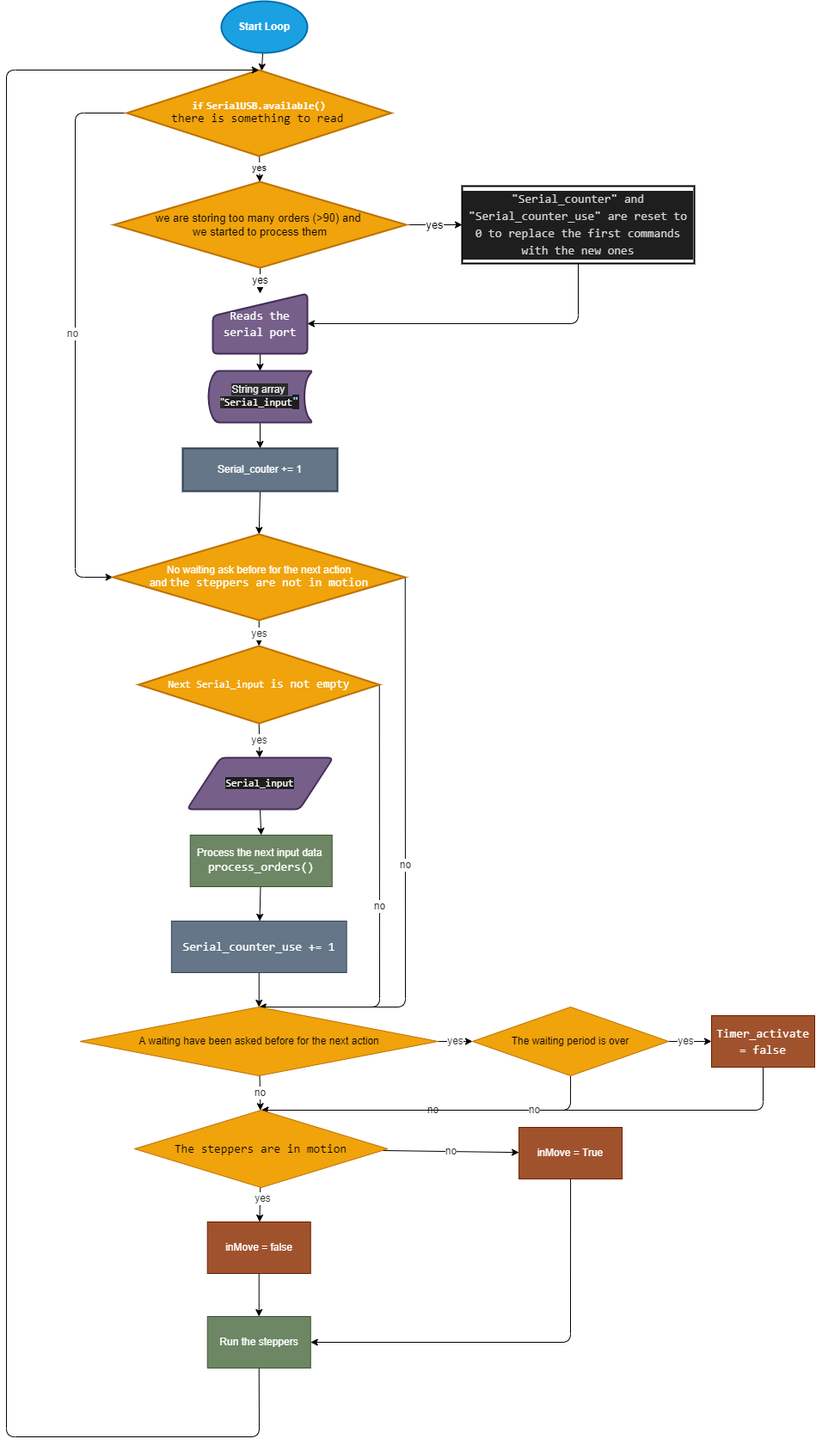
Before: Flow charts/main_loop.png, a diagram exported from draw.io (Thibault-GILLARD/Blue_Robot_2022). Source tidied: cells renumbered, new cells last; positions are measured from the earlier drawing's top-left corner, leaving out a move shared by most shapes.
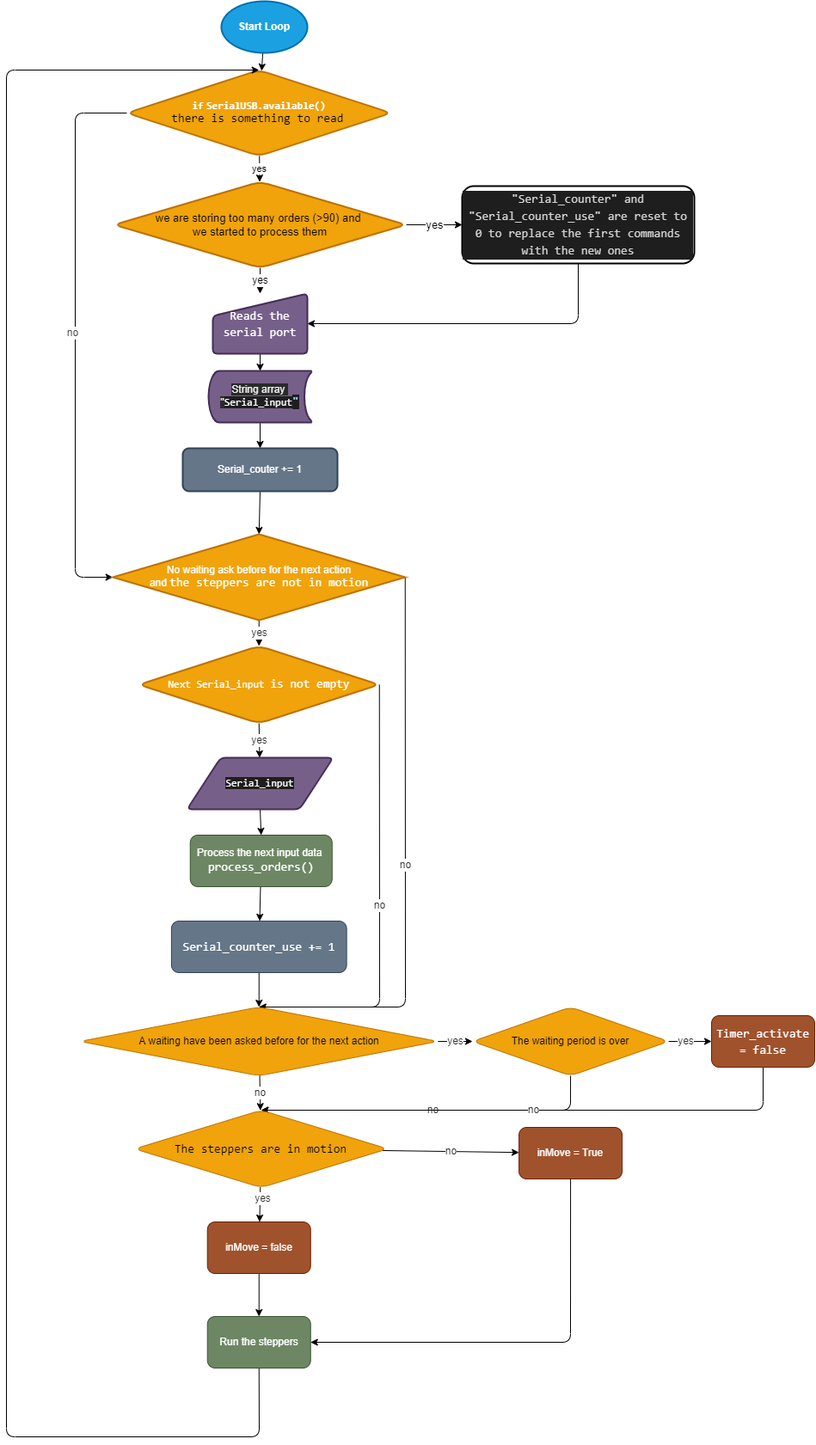
After the commit.

The edit, as a diff of the source:
```diff
@@ -7,3 +7,3 @@
     </mxCell>
-    <mxCell id="3" value="Start Loop" style="strokeWidth=2;html=1;shape=mxgraph.flowchart.start_1;whiteSpace=wrap;fillColor=#1ba1e2;strokeColor=#006EAF;shadow=0;fontStyle=1;fontColor=#ffffff;" parent="1" vertex="1">
+    <mxCell id="3" value="Start Loop" style="strokeWidth=2;html=1;shape=mxgraph.flowchart.start_1;whiteSpace=wrap;fillColor=#1ba1e2;strokeColor=#006EAF;shadow=0;fontStyle=1;fontColor=#ffffff;rounded=1;" parent="1" vertex="1">
       <mxGeometry x="250" width="100" height="60" as="geometry" />
@@ -21,6 +21,6 @@
     </mxCell>
-    <mxCell id="6" value="&lt;font color=&quot;#4d4d4d&quot;&gt;no&lt;/font&gt;" style="edgeLabel;html=1;align=center;verticalAlign=middle;fontSize=12;fontColor=default;" parent="5" vertex="1">
+    <mxCell id="6" value="&lt;font color=&quot;#4d4d4d&quot;&gt;no&lt;/font&gt;" style="edgeLabel;html=1;align=center;verticalAlign=middle;fontSize=12;fontColor=default;rounded=1;" parent="5" vertex="1">
       <mxGeometry x="-0.02" y="-4" relative="1" as="geometry" />
     </mxCell>
-    <mxCell id="7" value="&lt;b&gt;&lt;font color=&quot;#ffffff&quot;&gt;&lt;span style=&quot;font-family: &amp;#34;consolas&amp;#34; , &amp;#34;courier new&amp;#34; , monospace&quot;&gt;if&lt;/span&gt;&amp;nbsp;&lt;span style=&quot;font-family: &amp;#34;consolas&amp;#34; , &amp;#34;courier new&amp;#34; , monospace&quot;&gt;SerialUSB&lt;/span&gt;&lt;span style=&quot;font-family: &amp;#34;consolas&amp;#34; , &amp;#34;courier new&amp;#34; , monospace&quot;&gt;.&lt;/span&gt;&lt;span style=&quot;font-family: &amp;#34;consolas&amp;#34; , &amp;#34;courier new&amp;#34; , monospace&quot;&gt;available&lt;/span&gt;&lt;span style=&quot;font-family: &amp;#34;consolas&amp;#34; , &amp;#34;courier new&amp;#34; , monospace&quot;&gt;()&lt;br&gt;&lt;/span&gt;&lt;/font&gt;&lt;/b&gt;&lt;span style=&quot;font-family: &amp;#34;consolas&amp;#34; , &amp;#34;courier new&amp;#34; , monospace ; font-size: 14px&quot;&gt;there is something to read&lt;/span&gt;&lt;b&gt;&amp;nbsp;&lt;/b&gt;&lt;b&gt;&lt;font color=&quot;#ffffff&quot;&gt;&lt;span style=&quot;font-family: &amp;#34;consolas&amp;#34; , &amp;#34;courier new&amp;#34; , monospace&quot;&gt;&lt;br&gt;&lt;/span&gt;&lt;/font&gt;&lt;/b&gt;" style="rhombus;whiteSpace=wrap;html=1;strokeWidth=2;fillColor=#f0a30a;fontColor=#000000;strokeColor=#BD7000;" parent="1" vertex="1">
+    <mxCell id="7" value="&lt;b&gt;&lt;font color=&quot;#ffffff&quot;&gt;&lt;span style=&quot;font-family: &amp;#34;consolas&amp;#34; , &amp;#34;courier new&amp;#34; , monospace&quot;&gt;if&lt;/span&gt;&amp;nbsp;&lt;span style=&quot;font-family: &amp;#34;consolas&amp;#34; , &amp;#34;courier new&amp;#34; , monospace&quot;&gt;SerialUSB&lt;/span&gt;&lt;span style=&quot;font-family: &amp;#34;consolas&amp;#34; , &amp;#34;courier new&amp;#34; , monospace&quot;&gt;.&lt;/span&gt;&lt;span style=&quot;font-family: &amp;#34;consolas&amp;#34; , &amp;#34;courier new&amp;#34; , monospace&quot;&gt;available&lt;/span&gt;&lt;span style=&quot;font-family: &amp;#34;consolas&amp;#34; , &amp;#34;courier new&amp;#34; , monospace&quot;&gt;()&lt;br&gt;&lt;/span&gt;&lt;/font&gt;&lt;/b&gt;&lt;span style=&quot;font-family: &amp;#34;consolas&amp;#34; , &amp;#34;courier new&amp;#34; , monospace ; font-size: 14px&quot;&gt;there is something to read&lt;/span&gt;&lt;b&gt;&amp;nbsp;&lt;/b&gt;&lt;b&gt;&lt;font color=&quot;#ffffff&quot;&gt;&lt;span style=&quot;font-family: &amp;#34;consolas&amp;#34; , &amp;#34;courier new&amp;#34; , monospace&quot;&gt;&lt;br&gt;&lt;/span&gt;&lt;/font&gt;&lt;/b&gt;" style="rhombus;whiteSpace=wrap;html=1;strokeWidth=2;fillColor=#f0a30a;fontColor=#000000;strokeColor=#BD7000;rounded=1;" parent="1" vertex="1">
       <mxGeometry x="140" y="80" width="307.5" height="100" as="geometry" />
@@ -33,3 +33,3 @@
     </mxCell>
-    <mxCell id="10" value="&lt;font style=&quot;font-size: 13px&quot;&gt;we are storing too many orders (&amp;gt;90)&amp;nbsp;and &lt;br&gt;we started to process them&lt;/font&gt;" style="rhombus;whiteSpace=wrap;html=1;strokeWidth=2;fillColor=#f0a30a;fontColor=#000000;strokeColor=#BD7000;" parent="1" vertex="1">
+    <mxCell id="10" value="&lt;font style=&quot;font-size: 13px&quot;&gt;we are storing too many orders (&amp;gt;90)&amp;nbsp;and &lt;br&gt;we started to process them&lt;/font&gt;" style="rhombus;whiteSpace=wrap;html=1;strokeWidth=2;fillColor=#f0a30a;fontColor=#000000;strokeColor=#BD7000;rounded=1;" parent="1" vertex="1">
       <mxGeometry x="125" y="210" width="340" height="100" as="geometry" />
@@ -43,3 +43,3 @@
     </mxCell>
-    <mxCell id="12" value="&lt;div style=&quot;background-color: rgb(30 , 30 , 30) ; line-height: 19px&quot;&gt;&lt;font color=&quot;#d4d4d4&quot; face=&quot;consolas, courier new, monospace&quot;&gt;&lt;span style=&quot;font-size: 14px&quot;&gt;&quot;Serial_counter&quot; and &quot;Serial_counter_use&quot; are reset to 0 to replace the first commands with the new ones&lt;/span&gt;&lt;/font&gt;&lt;br&gt;&lt;/div&gt;" style="whiteSpace=wrap;html=1;strokeWidth=2;" parent="1" vertex="1">
+    <mxCell id="12" value="&lt;div style=&quot;background-color: rgb(30 , 30 , 30) ; line-height: 19px&quot;&gt;&lt;font color=&quot;#d4d4d4&quot; face=&quot;consolas, courier new, monospace&quot;&gt;&lt;span style=&quot;font-size: 14px&quot;&gt;&quot;Serial_counter&quot; and &quot;Serial_counter_use&quot; are reset to 0 to replace the first commands with the new ones&lt;/span&gt;&lt;/font&gt;&lt;br&gt;&lt;/div&gt;" style="whiteSpace=wrap;html=1;strokeWidth=2;rounded=1;" parent="1" vertex="1">
       <mxGeometry x="530" y="215" width="270" height="90" as="geometry" />
@@ -49,3 +49,3 @@
     </mxCell>
-    <mxCell id="14" value="&lt;span style=&quot;color: rgb(255 , 255 , 255)&quot;&gt;Serial_couter += 1&lt;/span&gt;" style="whiteSpace=wrap;html=1;strokeWidth=2;fillColor=#647687;fontColor=#ffffff;strokeColor=#314354;" parent="1" vertex="1">
+    <mxCell id="14" value="&lt;span style=&quot;color: rgb(255 , 255 , 255)&quot;&gt;Serial_couter += 1&lt;/span&gt;" style="whiteSpace=wrap;html=1;strokeWidth=2;fillColor=#647687;fontColor=#ffffff;strokeColor=#314354;rounded=1;" parent="1" vertex="1">
       <mxGeometry x="205" y="520" width="180" height="50" as="geometry" />
@@ -55,3 +55,3 @@
     </mxCell>
-    <mxCell id="16" value="&lt;span style=&quot;color: rgb(240 , 240 , 240) ; font-family: &amp;#34;helvetica&amp;#34; ; font-size: 12px ; font-style: normal ; font-weight: 400 ; letter-spacing: normal ; text-align: center ; text-indent: 0px ; text-transform: none ; word-spacing: 0px ; background-color: rgb(42 , 42 , 42)&quot;&gt;String array&amp;nbsp; &quot;&lt;/span&gt;&lt;span style=&quot;color: rgb(240 , 240 , 240) ; font-size: 12px ; font-style: normal ; font-weight: 400 ; letter-spacing: normal ; text-align: center ; text-indent: 0px ; text-transform: none ; word-spacing: 0px ; background-color: rgb(30 , 30 , 30) ; font-family: &amp;#34;consolas&amp;#34; , &amp;#34;courier new&amp;#34; , monospace&quot;&gt;&lt;font color=&quot;#ffffff&quot;&gt;Serial_input&lt;/font&gt;&lt;/span&gt;&lt;span style=&quot;font-style: normal ; font-weight: 400 ; letter-spacing: normal ; text-align: center ; text-indent: 0px ; text-transform: none ; word-spacing: 0px ; color: rgb(156 , 220 , 254) ; background-color: rgb(30 , 30 , 30) ; font-family: &amp;#34;consolas&amp;#34; , &amp;#34;courier new&amp;#34; , monospace ; font-size: 14px&quot;&gt;&quot;&lt;/span&gt;" style="strokeWidth=2;html=1;shape=mxgraph.flowchart.stored_data;whiteSpace=wrap;shadow=0;fontSize=12;fontColor=#ffffff;fillColor=#76608a;strokeColor=#432D57;" parent="1" vertex="1">
+    <mxCell id="16" value="&lt;span style=&quot;color: rgb(240 , 240 , 240) ; font-family: &amp;#34;helvetica&amp;#34; ; font-size: 12px ; font-style: normal ; font-weight: 400 ; letter-spacing: normal ; text-align: center ; text-indent: 0px ; text-transform: none ; word-spacing: 0px ; background-color: rgb(42 , 42 , 42)&quot;&gt;String array&amp;nbsp; &quot;&lt;/span&gt;&lt;span style=&quot;color: rgb(240 , 240 , 240) ; font-size: 12px ; font-style: normal ; font-weight: 400 ; letter-spacing: normal ; text-align: center ; text-indent: 0px ; text-transform: none ; word-spacing: 0px ; background-color: rgb(30 , 30 , 30) ; font-family: &amp;#34;consolas&amp;#34; , &amp;#34;courier new&amp;#34; , monospace&quot;&gt;&lt;font color=&quot;#ffffff&quot;&gt;Serial_input&lt;/font&gt;&lt;/span&gt;&lt;span style=&quot;font-style: normal ; font-weight: 400 ; letter-spacing: normal ; text-align: center ; text-indent: 0px ; text-transform: none ; word-spacing: 0px ; color: rgb(156 , 220 , 254) ; background-color: rgb(30 , 30 , 30) ; font-family: &amp;#34;consolas&amp;#34; , &amp;#34;courier new&amp;#34; , monospace ; font-size: 14px&quot;&gt;&quot;&lt;/span&gt;" style="strokeWidth=2;html=1;shape=mxgraph.flowchart.stored_data;whiteSpace=wrap;shadow=0;fontSize=12;fontColor=#ffffff;fillColor=#76608a;strokeColor=#432D57;rounded=1;" parent="1" vertex="1">
       <mxGeometry x="235" y="430" width="120" height="60" as="geometry" />
@@ -74,3 +74,3 @@
     </mxCell>
-    <mxCell id="21" value="&lt;font color=&quot;#ffffff&quot;&gt;No waiting ask before for the next action&lt;br&gt;&lt;/font&gt;&lt;font color=&quot;#ffffff&quot;&gt;and&amp;nbsp;&lt;/font&gt;&lt;span style=&quot;font-family: &amp;#34;consolas&amp;#34; , &amp;#34;courier new&amp;#34; , monospace ; font-size: 14px&quot;&gt;&lt;font color=&quot;#ffffff&quot;&gt;the steppers are not in motion&lt;/font&gt;&lt;/span&gt;&lt;font color=&quot;#ffffff&quot;&gt;&lt;br&gt;&lt;/font&gt;" style="strokeWidth=2;html=1;shape=mxgraph.flowchart.decision;whiteSpace=wrap;shadow=0;labelBackgroundColor=none;fontSize=12;fontColor=#000000;fillColor=#f0a30a;strokeColor=#BD7000;" parent="1" vertex="1">
+    <mxCell id="21" value="&lt;font color=&quot;#ffffff&quot;&gt;No waiting ask before for the next action&lt;br&gt;&lt;/font&gt;&lt;font color=&quot;#ffffff&quot;&gt;and&amp;nbsp;&lt;/font&gt;&lt;span style=&quot;font-family: &amp;#34;consolas&amp;#34; , &amp;#34;courier new&amp;#34; , monospace ; font-size: 14px&quot;&gt;&lt;font color=&quot;#ffffff&quot;&gt;the steppers are not in motion&lt;/font&gt;&lt;/span&gt;&lt;font color=&quot;#ffffff&quot;&gt;&lt;br&gt;&lt;/font&gt;" style="strokeWidth=2;html=1;shape=mxgraph.flowchart.decision;whiteSpace=wrap;shadow=0;labelBackgroundColor=none;fontSize=12;fontColor=#000000;fillColor=#f0a30a;strokeColor=#BD7000;rounded=1;" parent="1" vertex="1">
       <mxGeometry x="123.8" y="620" width="340" height="100" as="geometry" />
@@ -87,3 +87,3 @@
     </mxCell>
-    <mxCell id="24" value="&lt;span style=&quot;color: rgb(255 , 255 , 255) ; font-family: &amp;#34;consolas&amp;#34; , &amp;#34;courier new&amp;#34; , monospace&quot;&gt;Next Serial_input&amp;nbsp;&lt;/span&gt;&lt;span style=&quot;color: rgb(255 , 255 , 255) ; font-family: &amp;#34;consolas&amp;#34; , &amp;#34;courier new&amp;#34; , monospace ; font-size: 14px&quot;&gt;is not empty&lt;/span&gt;&lt;span style=&quot;color: rgb(255 , 255 , 255) ; font-family: &amp;#34;consolas&amp;#34; , &amp;#34;courier new&amp;#34; , monospace&quot;&gt;&lt;br&gt;&lt;/span&gt;" style="rhombus;whiteSpace=wrap;html=1;fontColor=#000000;strokeWidth=2;shadow=0;labelBackgroundColor=none;fillColor=#f0a30a;strokeColor=#BD7000;" parent="1" vertex="1">
+    <mxCell id="24" value="&lt;span style=&quot;color: rgb(255 , 255 , 255) ; font-family: &amp;#34;consolas&amp;#34; , &amp;#34;courier new&amp;#34; , monospace&quot;&gt;Next Serial_input&amp;nbsp;&lt;/span&gt;&lt;span style=&quot;color: rgb(255 , 255 , 255) ; font-family: &amp;#34;consolas&amp;#34; , &amp;#34;courier new&amp;#34; , monospace ; font-size: 14px&quot;&gt;is not empty&lt;/span&gt;&lt;span style=&quot;color: rgb(255 , 255 , 255) ; font-family: &amp;#34;consolas&amp;#34; , &amp;#34;courier new&amp;#34; , monospace&quot;&gt;&lt;br&gt;&lt;/span&gt;" style="rhombus;whiteSpace=wrap;html=1;fontColor=#000000;strokeWidth=2;shadow=0;labelBackgroundColor=none;fillColor=#f0a30a;strokeColor=#BD7000;rounded=1;" parent="1" vertex="1">
       <mxGeometry x="153.8" y="750" width="280" height="90" as="geometry" />
@@ -99,3 +99,3 @@
     </mxCell>
-    <mxCell id="28" value="Process the next input data&amp;nbsp;&lt;br&gt;&lt;div style=&quot;font-family: &amp;#34;consolas&amp;#34; , &amp;#34;courier new&amp;#34; , monospace ; font-size: 14px ; line-height: 19px&quot;&gt;process_orders()&lt;/div&gt;" style="rounded=0;whiteSpace=wrap;html=1;shadow=0;labelBackgroundColor=none;fontSize=12;fontColor=#ffffff;strokeColor=#3A5431;fillColor=#6d8764;" parent="1" vertex="1">
+    <mxCell id="28" value="Process the next input data&amp;nbsp;&lt;br&gt;&lt;div style=&quot;font-family: &amp;#34;consolas&amp;#34; , &amp;#34;courier new&amp;#34; , monospace ; font-size: 14px ; line-height: 19px&quot;&gt;process_orders()&lt;/div&gt;" style="rounded=1;whiteSpace=wrap;html=1;shadow=0;labelBackgroundColor=none;fontSize=12;fontColor=#ffffff;strokeColor=#3A5431;fillColor=#6d8764;" parent="1" vertex="1">
       <mxGeometry x="213.8" y="970" width="165" height="60" as="geometry" />
@@ -105,3 +105,3 @@
     </mxCell>
-    <mxCell id="30" value="&lt;p style=&quot;font-family: &amp;#34;consolas&amp;#34; , &amp;#34;courier new&amp;#34; , monospace ; font-size: 14px ; line-height: 19px&quot;&gt;Serial_counter_use += 1&lt;/p&gt;" style="whiteSpace=wrap;html=1;fontColor=#ffffff;rounded=0;shadow=0;labelBackgroundColor=none;fillColor=#647687;strokeColor=#314354;" parent="1" vertex="1">
+    <mxCell id="30" value="&lt;p style=&quot;font-family: &amp;#34;consolas&amp;#34; , &amp;#34;courier new&amp;#34; , monospace ; font-size: 14px ; line-height: 19px&quot;&gt;Serial_counter_use += 1&lt;/p&gt;" style="whiteSpace=wrap;html=1;fontColor=#ffffff;rounded=1;shadow=0;labelBackgroundColor=none;fillColor=#647687;strokeColor=#314354;" parent="1" vertex="1">
       <mxGeometry x="191.9" y="1070" width="203.8" height="60" as="geometry" />
@@ -114,3 +114,3 @@
     </mxCell>
-    <mxCell id="33" value="A waiting have been asked before for the next action" style="rhombus;whiteSpace=wrap;html=1;fontColor=#000000;rounded=0;shadow=0;labelBackgroundColor=none;fillColor=#f0a30a;strokeColor=#BD7000;" parent="1" vertex="1">
+    <mxCell id="33" value="A waiting have been asked before for the next action" style="rhombus;whiteSpace=wrap;html=1;fontColor=#000000;rounded=1;shadow=0;labelBackgroundColor=none;fillColor=#f0a30a;strokeColor=#BD7000;" parent="1" vertex="1">
       <mxGeometry x="85.6" y="1170" width="416.3" height="80" as="geometry" />
@@ -127,3 +127,3 @@
     </mxCell>
-    <mxCell id="36" value="The waiting period is over" style="rhombus;whiteSpace=wrap;html=1;fontColor=#000000;rounded=0;shadow=0;labelBackgroundColor=none;fillColor=#f0a30a;strokeColor=#BD7000;" parent="1" vertex="1">
+    <mxCell id="36" value="The waiting period is over" style="rhombus;whiteSpace=wrap;html=1;fontColor=#000000;rounded=1;shadow=0;labelBackgroundColor=none;fillColor=#f0a30a;strokeColor=#BD7000;" parent="1" vertex="1">
       <mxGeometry x="542" y="1170" width="228.1" height="80" as="geometry" />
@@ -137,3 +137,3 @@
     </mxCell>
-    <mxCell id="38" value="&lt;p style=&quot;font-family: &amp;#34;consolas&amp;#34; , &amp;#34;courier new&amp;#34; , monospace ; font-size: 14px ; line-height: 19px&quot;&gt;Timer_activate = false&lt;/p&gt;" style="whiteSpace=wrap;html=1;fontColor=#ffffff;rounded=0;shadow=0;labelBackgroundColor=none;fillColor=#a0522d;strokeColor=#6D1F00;" parent="1" vertex="1">
+    <mxCell id="38" value="&lt;p style=&quot;font-family: &amp;#34;consolas&amp;#34; , &amp;#34;courier new&amp;#34; , monospace ; font-size: 14px ; line-height: 19px&quot;&gt;Timer_activate = false&lt;/p&gt;" style="whiteSpace=wrap;html=1;fontColor=#ffffff;rounded=1;shadow=0;labelBackgroundColor=none;fillColor=#a0522d;strokeColor=#6D1F00;" parent="1" vertex="1">
       <mxGeometry x="820" y="1180" width="120" height="60" as="geometry" />
@@ -143,3 +143,3 @@
     </mxCell>
-    <mxCell id="40" value="&lt;font color=&quot;#333333&quot;&gt;yes&lt;/font&gt;" style="edgeLabel;html=1;align=center;verticalAlign=middle;fontSize=12;fontColor=default;" parent="39" vertex="1">
+    <mxCell id="40" value="&lt;font color=&quot;#333333&quot;&gt;yes&lt;/font&gt;" style="edgeLabel;html=1;align=center;verticalAlign=middle;fontSize=12;fontColor=default;rounded=1;" parent="39" vertex="1">
       <mxGeometry x="-0.35" y="2" relative="1" as="geometry" />
@@ -149,3 +149,3 @@
     </mxCell>
-    <mxCell id="42" value="&lt;p style=&quot;font-family: &amp;#34;consolas&amp;#34; , &amp;#34;courier new&amp;#34; , monospace ; font-size: 14px ; line-height: 19px&quot;&gt;The steppers are in motion&lt;/p&gt;" style="rhombus;whiteSpace=wrap;html=1;fontColor=#000000;rounded=0;shadow=0;labelBackgroundColor=none;fillColor=#f0a30a;strokeColor=#BD7000;" parent="1" vertex="1">
+    <mxCell id="42" value="&lt;p style=&quot;font-family: &amp;#34;consolas&amp;#34; , &amp;#34;courier new&amp;#34; , monospace ; font-size: 14px ; line-height: 19px&quot;&gt;The steppers are in motion&lt;/p&gt;" style="rhombus;whiteSpace=wrap;html=1;fontColor=#000000;rounded=1;shadow=0;labelBackgroundColor=none;fillColor=#f0a30a;strokeColor=#BD7000;" parent="1" vertex="1">
       <mxGeometry x="149.1" y="1290" width="294.4" height="90" as="geometry" />
@@ -155,3 +155,3 @@
     </mxCell>
-    <mxCell id="44" value="inMove = false" style="whiteSpace=wrap;html=1;fontColor=#ffffff;rounded=0;shadow=0;labelBackgroundColor=none;fillColor=#a0522d;strokeColor=#6D1F00;" parent="1" vertex="1">
+    <mxCell id="44" value="inMove = false" style="whiteSpace=wrap;html=1;fontColor=#ffffff;rounded=1;shadow=0;labelBackgroundColor=none;fillColor=#a0522d;strokeColor=#6D1F00;" parent="1" vertex="1">
       <mxGeometry x="233.7" y="1420" width="120" height="60" as="geometry" />
@@ -165,3 +165,3 @@
     </mxCell>
-    <mxCell id="46" value="inMove = True" style="whiteSpace=wrap;html=1;fontColor=#ffffff;rounded=0;shadow=0;labelBackgroundColor=none;fillColor=#a0522d;strokeColor=#6D1F00;" parent="1" vertex="1">
+    <mxCell id="46" value="inMove = True" style="whiteSpace=wrap;html=1;fontColor=#ffffff;rounded=1;shadow=0;labelBackgroundColor=none;fillColor=#a0522d;strokeColor=#6D1F00;" parent="1" vertex="1">
       <mxGeometry x="596.1" y="1310" width="120" height="60" as="geometry" />
@@ -177,3 +177,3 @@
     </mxCell>
-    <mxCell id="48" value="Run the steppers" style="whiteSpace=wrap;html=1;fontColor=#ffffff;rounded=0;shadow=0;labelBackgroundColor=none;fillColor=#6d8764;strokeColor=#3A5431;" parent="1" vertex="1">
+    <mxCell id="48" value="Run the steppers" style="whiteSpace=wrap;html=1;fontColor=#ffffff;rounded=1;shadow=0;labelBackgroundColor=none;fillColor=#6d8764;strokeColor=#3A5431;" parent="1" vertex="1">
       <mxGeometry x="233.7" y="1530" width="120" height="60" as="geometry" />
```
